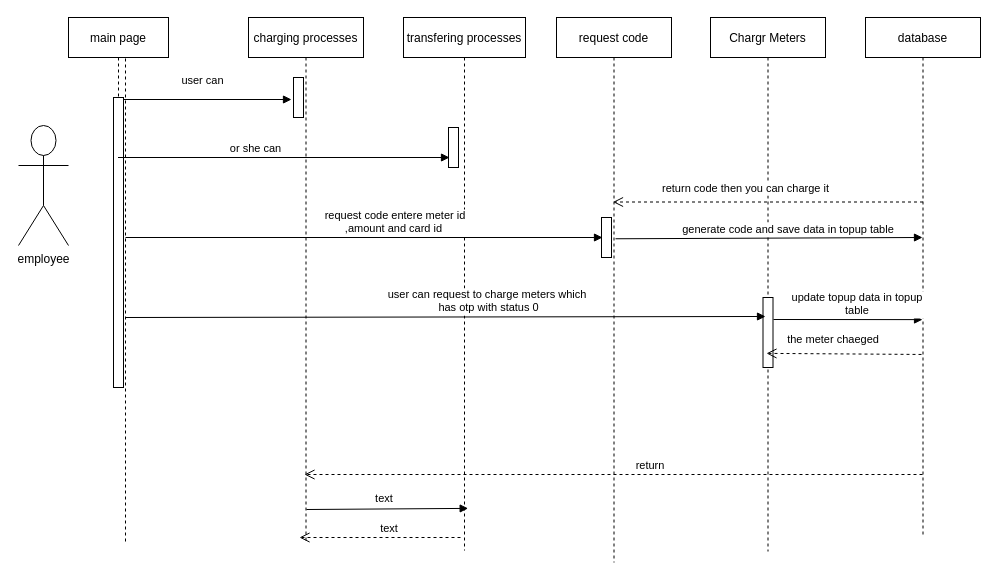
Above: newareaseq.drawio in shamaabuhassan/Charts (draw.io), before the change. Source tidied: cells renumbered, new cells numbered last; positions are measured from the earlier drawing's top-left corner, leaving out a move shared by most shapes. Both pictures are drawn from the tidied source at 100%, with x=0, y=0 at pixel (18, 17).
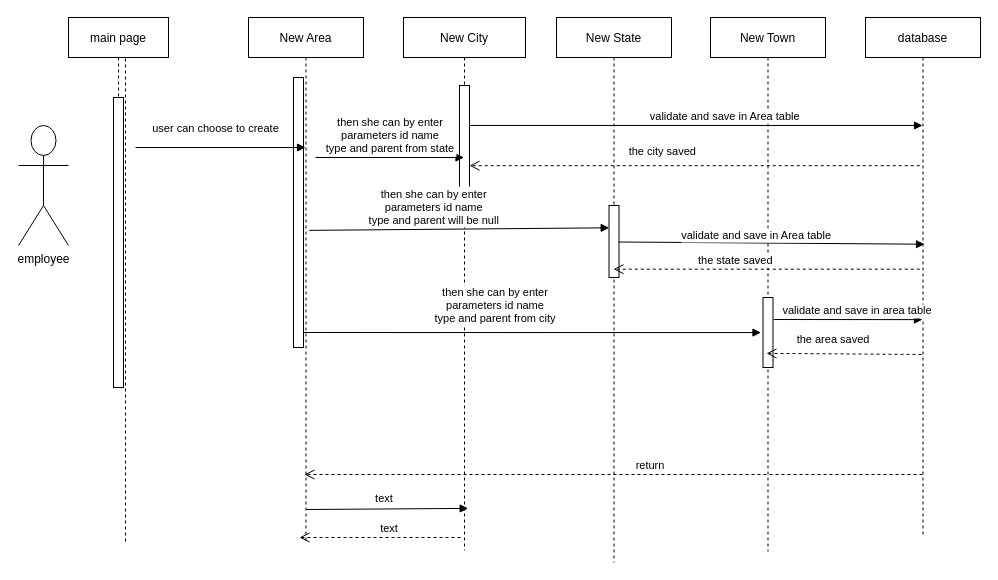
Above is the later version.

The change refers to these unchanged cells:
```xml
<mxCell id="2" value="main page" style="shape=umlLifeline;perimeter=lifelinePerimeter;rounded=0;shadow=0;strokeWidth=1;" parent="1" vertex="1">
  <mxGeometry x="50" width="100" height="370" as="geometry" />
</mxCell>
<mxCell id="3" style="points=[];perimeter=orthogonalPerimeter;rounded=0;shadow=0;strokeWidth=1;" parent="2" vertex="1">
  <mxGeometry x="45" y="80" width="10" height="290" as="geometry" />
</mxCell>
<mxCell id="14" value="database" style="shape=umlLifeline;perimeter=lifelinePerimeter;rounded=0;shadow=0;strokeWidth=1;" parent="1" vertex="1">
  <mxGeometry x="847" width="115" height="520" as="geometry" />
</mxCell>
```

Change to the diagram source:
```diff
@@
-    <mxCell id="4" value="charging processes" style="shape=umlLifeline;perimeter=lifelinePerimeter;rounded=0;shadow=0;strokeWidth=1;" parent="1" vertex="1">
-      <mxGeometry x="230" width="115" height="523" as="geometry" />
-    </mxCell>
-    <mxCell id="5" style="points=[];perimeter=orthogonalPerimeter;rounded=0;shadow=0;strokeWidth=1;" parent="4" vertex="1">
-      <mxGeometry x="45" y="60" width="10" height="40" as="geometry" />
-    </mxCell>
+    <mxCell id="26" value="New Area" style="shape=umlLifeline;perimeter=lifelinePerimeter;rounded=0;shadow=0;strokeWidth=1;" parent="1" vertex="1">
+      <mxGeometry x="230" width="115" height="523" as="geometry" />
+    </mxCell>
+    <mxCell id="27" style="perimeter=orthogonalPerimeter;rounded=0;shadow=0;strokeWidth=1;" parent="26" vertex="1">
+      <mxGeometry x="45" y="60" width="10" height="270" as="geometry" />
+    </mxCell>
@@
-    <mxCell id="7" value="user can " style="verticalAlign=bottom;endArrow=block;entryX=-0.2;entryY=0.55;shadow=0;strokeWidth=1;entryDx=0;entryDy=0;entryPerimeter=0;" parent="1" edge="1" source="3" target="5">
-      <mxGeometry x="-0.04" y="10" relative="1" as="geometry" />
-    </mxCell>
+    <mxCell id="28" value="user can choose to create " style="verticalAlign=bottom;endArrow=block;shadow=0;strokeWidth=1;" parent="1" edge="1" target="26">
+      <mxGeometry x="-0.04" y="10" relative="1" as="geometry">
+        <mxPoint x="117" y="130" as="sourcePoint" />
+      </mxGeometry>
+    </mxCell>
@@
-    <mxCell id="9" value="transfering processes" style="shape=umlLifeline;perimeter=lifelinePerimeter;rounded=0;shadow=0;strokeWidth=1;" parent="1" vertex="1">
-      <mxGeometry x="385" width="122" height="533" as="geometry" />
-    </mxCell>
-    <mxCell id="10" style="perimeter=orthogonalPerimeter;rounded=0;shadow=0;strokeWidth=1;" parent="9" vertex="1">
-      <mxGeometry x="45" y="110" width="10" height="40" as="geometry" />
-    </mxCell>
-    <mxCell id="11" value="or she can" style="verticalAlign=bottom;endArrow=block;shadow=0;strokeWidth=1;entryX=0.1;entryY=0.175;entryDx=0;entryDy=0;entryPerimeter=0;" parent="1" edge="1" source="2">
-      <mxGeometry x="-0.17" relative="1" as="geometry">
-        <mxPoint x="431" y="140" as="targetPoint" />
-      </mxGeometry>
-    </mxCell>
-    <mxCell id="12" value="Chargr Meters" style="shape=umlLifeline;perimeter=lifelinePerimeter;rounded=0;shadow=0;strokeWidth=1;" parent="1" vertex="1">
-      <mxGeometry x="692" width="115" height="534" as="geometry" />
-    </mxCell>
+    <mxCell id="29" value="New City" style="shape=umlLifeline;perimeter=lifelinePerimeter;rounded=0;shadow=0;strokeWidth=1;" parent="1" vertex="1">
+      <mxGeometry x="385" width="122" height="533" as="geometry" />
+    </mxCell>
+    <mxCell id="30" style="points=[];perimeter=orthogonalPerimeter;rounded=0;shadow=0;strokeWidth=1;" parent="29" vertex="1">
+      <mxGeometry x="56" y="68" width="10" height="102" as="geometry" />
+    </mxCell>
+    <mxCell id="31" value="then she can by enter&#10;parameters id name&#10;type and parent from state" style="verticalAlign=bottom;endArrow=block;shadow=0;strokeWidth=1;" parent="1" edge="1" target="29">
+      <mxGeometry x="0.01" relative="1" as="geometry">
+        <mxPoint x="297" y="140" as="sourcePoint" />
+      </mxGeometry>
+    </mxCell>
+    <mxCell id="32" value="New Town" style="shape=umlLifeline;perimeter=lifelinePerimeter;rounded=0;shadow=0;strokeWidth=1;" parent="1" vertex="1">
+      <mxGeometry x="692" width="115" height="534" as="geometry" />
+    </mxCell>
-    <mxCell id="13" style="points=[];perimeter=orthogonalPerimeter;rounded=0;shadow=0;strokeWidth=1;" parent="12" vertex="1">
+    <mxCell id="13" style="points=[];perimeter=orthogonalPerimeter;rounded=0;shadow=0;strokeWidth=1;" parent="32" vertex="1">
       <mxGeometry x="52.5" y="280" width="10" height="70" as="geometry" />
     </mxCell>
@@
-    <mxCell id="15" value="request code entere meter id &#10;,amount and card id " style="verticalAlign=bottom;endArrow=block;shadow=0;strokeWidth=1;entryX=0.1;entryY=0.175;entryDx=0;entryDy=0;entryPerimeter=0;" parent="1" edge="1">
-      <mxGeometry x="0.13" relative="1" as="geometry">
-        <mxPoint x="107" y="220" as="sourcePoint" />
-        <mxPoint x="584" y="220" as="targetPoint" />
-      </mxGeometry>
-    </mxCell>
-    <mxCell id="16" value="request code" style="shape=umlLifeline;perimeter=lifelinePerimeter;rounded=0;shadow=0;strokeWidth=1;" parent="1" vertex="1">
-      <mxGeometry x="538" width="115" height="545" as="geometry" />
-    </mxCell>
-    <mxCell id="17" style="perimeter=orthogonalPerimeter;rounded=0;shadow=0;strokeWidth=1;" parent="16" vertex="1">
-      <mxGeometry x="45" y="200" width="10" height="40" as="geometry" />
-    </mxCell>
-    <mxCell id="18" style="endArrow=none;dashed=1;html=1;" parent="1" edge="1">
-      <mxGeometry relative="1" as="geometry">
-        <mxPoint x="107" y="524" as="sourcePoint" />
-        <mxPoint x="107" y="39" as="targetPoint" />
-      </mxGeometry>
-    </mxCell>
+    <mxCell id="33" value="New State" style="shape=umlLifeline;perimeter=lifelinePerimeter;rounded=0;shadow=0;strokeWidth=1;" parent="1" vertex="1">
+      <mxGeometry x="538" width="115" height="545" as="geometry" />
+    </mxCell>
+    <mxCell id="34" style="points=[];perimeter=orthogonalPerimeter;rounded=0;shadow=0;strokeWidth=1;" parent="33" vertex="1">
+      <mxGeometry x="52.5" y="188" width="10" height="72" as="geometry" />
+    </mxCell>
+    <mxCell id="35" style="endArrow=none;dashed=1;html=1;" parent="1" edge="1">
+      <mxGeometry relative="1" as="geometry">
+        <mxPoint x="107" y="524" as="sourcePoint" />
+        <mxPoint x="107" y="39" as="targetPoint" />
+      </mxGeometry>
+    </mxCell>
@@
-    <mxCell id="20" value="text" style="verticalAlign=bottom;endArrow=block;shadow=0;strokeWidth=1;entryX=0.53;entryY=0.921;entryDx=0;entryDy=0;entryPerimeter=0;" parent="1" edge="1" target="9">
+    <mxCell id="20" value="text" style="verticalAlign=bottom;endArrow=block;shadow=0;strokeWidth=1;entryX=0.53;entryY=0.921;entryDx=0;entryDy=0;entryPerimeter=0;" parent="1" edge="1" target="29">
       <mxGeometry x="-0.04" y="1" relative="1" as="geometry">
         <mxPoint x="288" y="492" as="sourcePoint" />
       </mxGeometry>
     </mxCell>
-    <mxCell id="21" value="generate code and save data in topup table" style="verticalAlign=bottom;endArrow=block;shadow=0;strokeWidth=1;entryX=0.1;entryY=0.175;entryDx=0;entryDy=0;entryPerimeter=0;exitX=0.513;exitY=0.406;exitDx=0;exitDy=0;exitPerimeter=0;" parent="1" edge="1" source="16">
-      <mxGeometry x="0.13" relative="1" as="geometry">
-        <mxPoint x="904" y="220" as="targetPoint" />
-      </mxGeometry>
-    </mxCell>
-    <mxCell id="22" value="return code then you can charge it" style="verticalAlign=bottom;endArrow=open;dashed=1;endSize=8;shadow=0;strokeWidth=1;" parent="1" edge="1">
-      <mxGeometry x="0.14" y="-5" relative="1" as="geometry">
-        <mxPoint x="904.5" y="184.5" as="sourcePoint" />
-        <mxPoint x="594.5" y="184.5" as="targetPoint" />
-      </mxGeometry>
-    </mxCell>
-    <mxCell id="23" value="user can request to charge meters which&#10; has otp with status 0" style="verticalAlign=bottom;endArrow=block;shadow=0;strokeWidth=1;" parent="1" edge="1">
-      <mxGeometry x="0.13" relative="1" as="geometry">
-        <mxPoint x="107" y="300" as="sourcePoint" />
-        <mxPoint x="747" y="299" as="targetPoint" />
-      </mxGeometry>
-    </mxCell>
-    <mxCell id="24" value="update topup data in topup&#10;table" style="verticalAlign=bottom;endArrow=block;shadow=0;strokeWidth=1;entryX=0.496;entryY=0.581;entryDx=0;entryDy=0;entryPerimeter=0;" parent="1" edge="1" target="14">
-      <mxGeometry x="0.13" relative="1" as="geometry">
-        <mxPoint x="755" y="302" as="sourcePoint" />
-      </mxGeometry>
-    </mxCell>
-    <mxCell id="25" value="the meter chaeged" style="verticalAlign=bottom;endArrow=open;dashed=1;endSize=8;shadow=0;strokeWidth=1;entryX=0.487;entryY=0.629;entryDx=0;entryDy=0;entryPerimeter=0;exitX=0.487;exitY=0.648;exitDx=0;exitDy=0;exitPerimeter=0;" parent="1" edge="1" source="14" target="12">
-      <mxGeometry x="0.14" y="-5" relative="1" as="geometry" />
-    </mxCell>
+    <mxCell id="36" value="validate and save in area table" style="verticalAlign=bottom;endArrow=block;shadow=0;strokeWidth=1;entryX=0.496;entryY=0.581;entryDx=0;entryDy=0;entryPerimeter=0;" parent="1" edge="1" target="14">
+      <mxGeometry x="0.13" relative="1" as="geometry">
+        <mxPoint x="755" y="302" as="sourcePoint" />
+      </mxGeometry>
+    </mxCell>
+    <mxCell id="37" value="the area saved" style="verticalAlign=bottom;endArrow=open;dashed=1;endSize=8;shadow=0;strokeWidth=1;entryX=0.487;entryY=0.629;entryDx=0;entryDy=0;entryPerimeter=0;exitX=0.487;exitY=0.648;exitDx=0;exitDy=0;exitPerimeter=0;" parent="1" edge="1" source="14" target="32">
+      <mxGeometry x="0.14" y="-5" relative="1" as="geometry" />
+    </mxCell>
+    <mxCell id="38" value="then she can by enter&#10;parameters id name&#10;type and parent from city" style="verticalAlign=bottom;endArrow=block;shadow=0;strokeWidth=1;entryX=-0.203;entryY=0.501;entryDx=0;entryDy=0;entryPerimeter=0;" parent="1" edge="1" target="13">
+      <mxGeometry x="-0.16" y="5" relative="1" as="geometry">
+        <mxPoint x="285" y="315" as="sourcePoint" />
+      </mxGeometry>
+    </mxCell>
+    <mxCell id="39" value="then she can by enter&#10;parameters id name&#10;type and parent will be null" style="verticalAlign=bottom;endArrow=block;shadow=0;strokeWidth=1;exitX=0.528;exitY=0.407;exitDx=0;exitDy=0;exitPerimeter=0;entryX=0.021;entryY=0.31;entryDx=0;entryDy=0;entryPerimeter=0;" parent="1" edge="1" source="26" target="34">
+      <mxGeometry x="-0.17" relative="1" as="geometry" />
+    </mxCell>
+    <mxCell id="40" value="validate and save in Area table" style="verticalAlign=bottom;endArrow=block;shadow=0;strokeWidth=1;exitX=0.971;exitY=0.392;exitDx=0;exitDy=0;exitPerimeter=0;" parent="1" edge="1" source="30" target="14">
+      <mxGeometry x="0.13" relative="1" as="geometry" />
+    </mxCell>
+    <mxCell id="41" value="the city saved" style="verticalAlign=bottom;endArrow=open;dashed=1;endSize=8;shadow=0;strokeWidth=1;exitX=0.472;exitY=0.285;exitDx=0;exitDy=0;exitPerimeter=0;" parent="1" edge="1" source="14" target="30">
+      <mxGeometry x="0.14" y="-5" relative="1" as="geometry" />
+    </mxCell>
+    <mxCell id="42" value="validate and save in Area table" style="verticalAlign=bottom;endArrow=block;shadow=0;strokeWidth=1;exitX=0.962;exitY=0.507;exitDx=0;exitDy=0;exitPerimeter=0;entryX=0.513;entryY=0.436;entryDx=0;entryDy=0;entryPerimeter=0;" parent="1" edge="1" source="34" target="14">
+      <mxGeometry x="-0.1" y="-1" relative="1" as="geometry" />
+    </mxCell>
+    <mxCell id="43" value="the state saved" style="verticalAlign=bottom;endArrow=open;dashed=1;endSize=8;shadow=0;strokeWidth=1;exitX=0.472;exitY=0.484;exitDx=0;exitDy=0;exitPerimeter=0;" parent="1" edge="1" source="14" target="33">
+      <mxGeometry x="0.2" relative="1" as="geometry" />
+    </mxCell>
```
